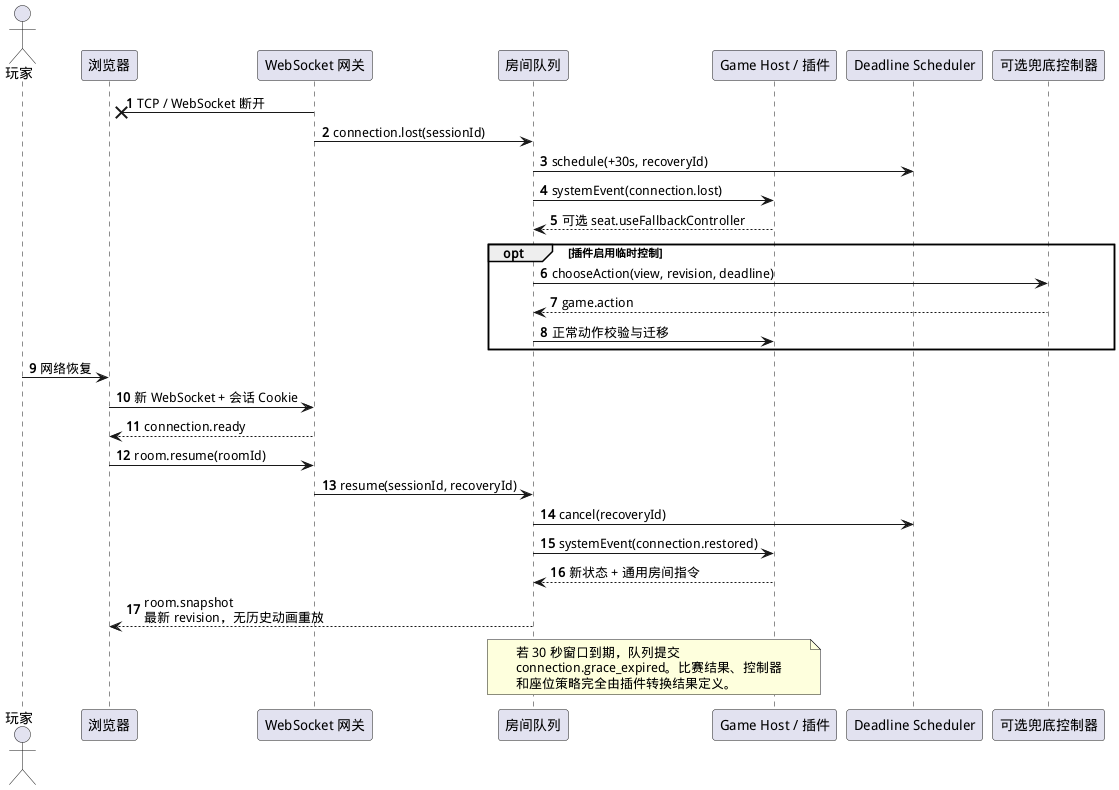
Earlier version of the PlantUML export docs/images/protocol-fig02.png (huzife/tabletop). The source it was exported from:
```plantuml
@startuml
skinparam defaultFontName "WenQuanYi Micro Hei"
skinparam backgroundColor white
skinparam shadowing false
autonumber

actor 玩家
participant 浏览器
participant "WebSocket 网关" as Gateway
participant "房间队列" as Queue
participant "Game Host / 插件" as Host
participant "Deadline Scheduler" as Scheduler
participant "可选兜底控制器" as Fallback

Gateway -x 浏览器 : TCP / WebSocket 断开
Gateway -> Queue : connection.lost(sessionId)
Queue -> Scheduler : schedule(+30s, recoveryId)
Queue -> Host : systemEvent(connection.lost)
Host --> Queue : 可选 seat.useFallbackController

opt 插件启用临时控制
  Queue -> Fallback : chooseAction(view, revision, deadline)
  Fallback --> Queue : game.action
  Queue -> Host : 正常动作校验与迁移
end

玩家 -> 浏览器 : 网络恢复
浏览器 -> Gateway : 新 WebSocket + 会话 Cookie
Gateway --> 浏览器 : connection.ready
浏览器 -> Gateway : room.resume(roomId)
Gateway -> Queue : resume(sessionId, recoveryId)
Queue -> Scheduler : cancel(recoveryId)
Queue -> Host : systemEvent(connection.restored)
Host --> Queue : 新状态 + 通用房间指令
Queue --> 浏览器 : room.snapshot\n最新 revision，无历史动画重放

note over Queue,Host
  若 30 秒窗口到期，队列提交
  connection.grace_expired。比赛结果、控制器
  和座位策略完全由插件转换结果定义。
end note
@enduml
```
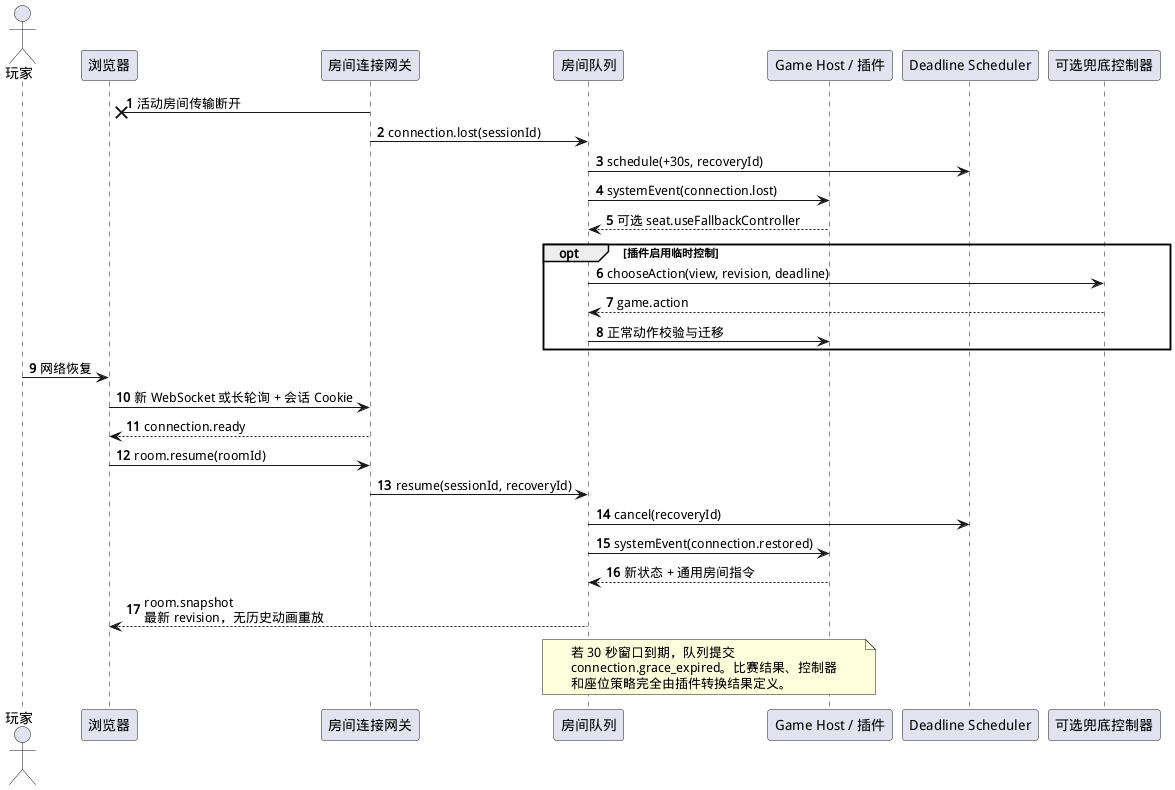
The same diagram one commit later.

Diff of the diagram source:
```diff
@@ -6,13 +6,13 @@
 
 actor 玩家
 participant 浏览器
-participant "WebSocket 网关" as Gateway
+participant "房间连接网关" as Gateway
 participant "房间队列" as Queue
 participant "Game Host / 插件" as Host
 participant "Deadline Scheduler" as Scheduler
 participant "可选兜底控制器" as Fallback
 
-Gateway -x 浏览器 : TCP / WebSocket 断开
+Gateway -x 浏览器 : 活动房间传输断开
 Gateway -> Queue : connection.lost(sessionId)
 Queue -> Scheduler : schedule(+30s, recoveryId)
 Queue -> Host : systemEvent(connection.lost)
@@ -25,7 +25,7 @@
 end
 
 玩家 -> 浏览器 : 网络恢复
-浏览器 -> Gateway : 新 WebSocket + 会话 Cookie
+浏览器 -> Gateway : 新 WebSocket 或长轮询 + 会话 Cookie
 Gateway --> 浏览器 : connection.ready
 浏览器 -> Gateway : room.resume(roomId)
 Gateway -> Queue : resume(sessionId, recoveryId)
```
